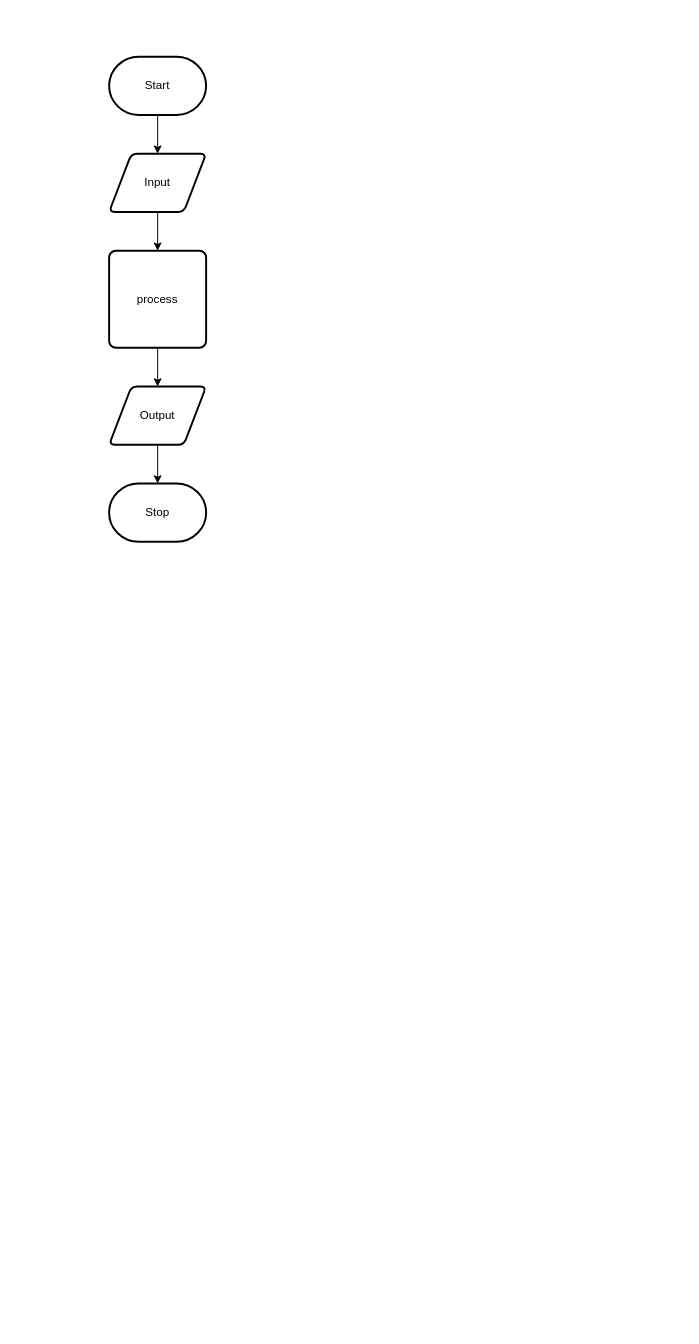
Before: design/flow-chart.drawio in Kenny-Le-281/ICS2O-Assignment-06-JS, a draw.io diagram. Source tidied: cells renumbered, new cells numbered last; positions are measured from the earlier drawing's top-left corner, leaving out a move shared by most shapes. Both pictures are drawn from the tidied source at 97%, with x=0, y=0 at pixel (109, 56).
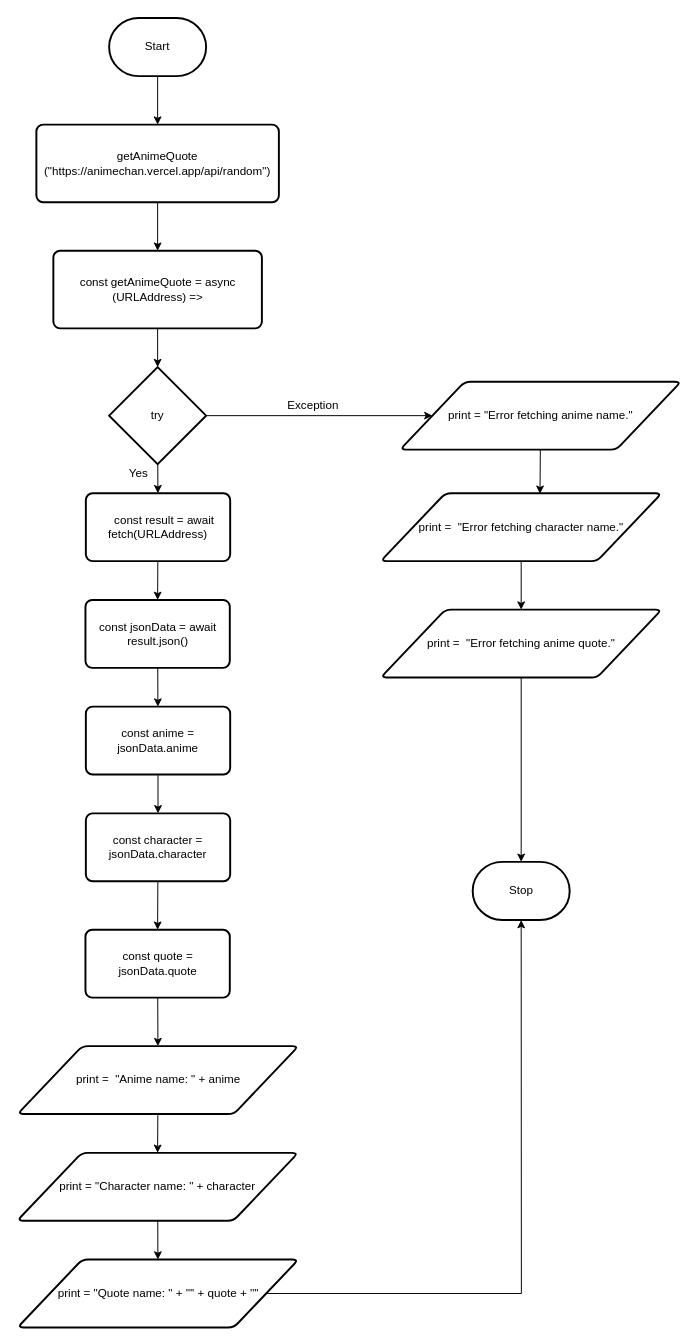
The same page after the edit.

Diff of the diagram source:
```diff
@@
-    <mxCell id="2" style="edgeStyle=none;html=1;" parent="1" edge="1" source="3" target="5">
-      <mxGeometry relative="1" as="geometry" />
-    </mxCell>
+    <mxCell id="8" style="edgeStyle=none;html=1;entryX=0.5;entryY=0;entryDx=0;entryDy=0;" parent="1" edge="1" source="3" target="7">
+      <mxGeometry relative="1" as="geometry" />
+    </mxCell>
     <mxCell id="3" value="Start" style="strokeWidth=2;html=1;shape=mxgraph.flowchart.terminator;whiteSpace=wrap;" parent="1" vertex="1">
-      <mxGeometry width="100" height="60" as="geometry" />
+      <mxGeometry y="-40" width="100" height="60" as="geometry" />
     </mxCell>
-    <mxCell id="4" style="edgeStyle=none;html=1;" parent="1" edge="1" source="5" target="7">
-      <mxGeometry relative="1" as="geometry" />
-    </mxCell>
-    <mxCell id="5" value="Input" style="shape=parallelogram;html=1;strokeWidth=2;perimeter=parallelogramPerimeter;whiteSpace=wrap;rounded=1;arcSize=12;size=0.23;" parent="1" vertex="1">
-      <mxGeometry y="100" width="100" height="60" as="geometry" />
-    </mxCell>
-    <mxCell id="6" style="edgeStyle=none;html=1;" parent="1" edge="1" source="7" target="9">
-      <mxGeometry relative="1" as="geometry" />
-    </mxCell>
+    <mxCell id="11" style="edgeStyle=none;html=1;entryX=0.5;entryY=0;entryDx=0;entryDy=0;" parent="1" edge="1" source="7" target="13">
+      <mxGeometry relative="1" as="geometry" />
+    </mxCell>
-    <mxCell id="7" value="process" style="rounded=1;whiteSpace=wrap;html=1;absoluteArcSize=1;arcSize=14;strokeWidth=2;" parent="1" vertex="1">
-      <mxGeometry y="200" width="100" height="100" as="geometry" />
+    <mxCell id="7" value="getAnimeQuote&lt;br&gt;(&quot;https://animechan.vercel.app/api/random&quot;)" style="rounded=1;whiteSpace=wrap;html=1;absoluteArcSize=1;arcSize=14;strokeWidth=2;" parent="1" vertex="1">
+      <mxGeometry x="-75" y="70" width="250" height="80" as="geometry" />
     </mxCell>
-    <mxCell id="8" style="edgeStyle=none;html=1;" parent="1" edge="1" source="9" target="10">
-      <mxGeometry relative="1" as="geometry" />
-    </mxCell>
-    <mxCell id="9" value="Output" style="shape=parallelogram;html=1;strokeWidth=2;perimeter=parallelogramPerimeter;whiteSpace=wrap;rounded=1;arcSize=12;size=0.23;" parent="1" vertex="1">
-      <mxGeometry y="340" width="100" height="60" as="geometry" />
-    </mxCell>
+    <mxCell id="12" style="edgeStyle=none;html=1;" parent="1" edge="1" source="13" target="16">
+      <mxGeometry relative="1" as="geometry" />
+    </mxCell>
+    <mxCell id="13" value="const getAnimeQuote = async (URLAddress) =&amp;gt;" style="rounded=1;whiteSpace=wrap;html=1;absoluteArcSize=1;arcSize=14;strokeWidth=2;" parent="1" vertex="1">
+      <mxGeometry x="-57.5" y="200" width="215" height="80" as="geometry" />
+    </mxCell>
+    <mxCell id="14" style="edgeStyle=none;html=1;" parent="1" edge="1" source="16" target="18">
+      <mxGeometry relative="1" as="geometry" />
+    </mxCell>
+    <mxCell id="15" style="edgeStyle=none;html=1;" parent="1" edge="1" source="16" target="35">
+      <mxGeometry relative="1" as="geometry" />
+    </mxCell>
+    <mxCell id="16" value="try" style="strokeWidth=2;html=1;shape=mxgraph.flowchart.decision;whiteSpace=wrap;" parent="1" vertex="1">
+      <mxGeometry y="320" width="100" height="100" as="geometry" />
+    </mxCell>
+    <mxCell id="17" style="edgeStyle=none;html=1;entryX=0.5;entryY=0;entryDx=0;entryDy=0;" parent="1" edge="1" source="18" target="20">
+      <mxGeometry relative="1" as="geometry" />
+    </mxCell>
+    <mxCell id="18" value="&lt;div&gt;&amp;nbsp; &amp;nbsp; const result = await fetch(URLAddress)&lt;/div&gt;" style="rounded=1;whiteSpace=wrap;html=1;absoluteArcSize=1;arcSize=14;strokeWidth=2;" parent="1" vertex="1">
+      <mxGeometry x="-24" y="450" width="148.8" height="70" as="geometry" />
+    </mxCell>
+    <mxCell id="19" style="edgeStyle=none;html=1;" parent="1" edge="1" source="20" target="22">
+      <mxGeometry relative="1" as="geometry" />
+    </mxCell>
+    <mxCell id="20" value="&lt;div&gt;const jsonData = await result.json()&lt;/div&gt;" style="rounded=1;whiteSpace=wrap;html=1;absoluteArcSize=1;arcSize=14;strokeWidth=2;" parent="1" vertex="1">
+      <mxGeometry x="-24.4" y="560" width="148.8" height="70" as="geometry" />
+    </mxCell>
+    <mxCell id="21" style="edgeStyle=none;html=1;entryX=0.5;entryY=0;entryDx=0;entryDy=0;" parent="1" edge="1" source="22" target="24">
+      <mxGeometry relative="1" as="geometry" />
+    </mxCell>
+    <mxCell id="22" value="&lt;div&gt;const anime = jsonData.anime&lt;/div&gt;" style="rounded=1;whiteSpace=wrap;html=1;absoluteArcSize=1;arcSize=14;strokeWidth=2;" parent="1" vertex="1">
+      <mxGeometry x="-24" y="670" width="148.8" height="70" as="geometry" />
+    </mxCell>
+    <mxCell id="23" style="edgeStyle=none;html=1;entryX=0.5;entryY=0;entryDx=0;entryDy=0;" parent="1" edge="1" source="24" target="26">
+      <mxGeometry relative="1" as="geometry" />
+    </mxCell>
+    <mxCell id="24" value="&lt;div&gt;const character = jsonData.character&lt;/div&gt;" style="rounded=1;whiteSpace=wrap;html=1;absoluteArcSize=1;arcSize=14;strokeWidth=2;" parent="1" vertex="1">
+      <mxGeometry x="-24" y="780" width="148.8" height="70" as="geometry" />
+    </mxCell>
+    <mxCell id="25" style="edgeStyle=none;html=1;" parent="1" edge="1" source="26" target="28">
+      <mxGeometry relative="1" as="geometry" />
+    </mxCell>
+    <mxCell id="26" value="&lt;div&gt;const quote = jsonData.quote&lt;/div&gt;" style="rounded=1;whiteSpace=wrap;html=1;absoluteArcSize=1;arcSize=14;strokeWidth=2;" parent="1" vertex="1">
+      <mxGeometry x="-24.4" y="900" width="148.8" height="70" as="geometry" />
+    </mxCell>
+    <mxCell id="27" style="edgeStyle=none;html=1;entryX=0.5;entryY=0;entryDx=0;entryDy=0;" parent="1" edge="1" source="28" target="30">
+      <mxGeometry relative="1" as="geometry" />
+    </mxCell>
+    <mxCell id="28" value="print =&amp;nbsp;&amp;nbsp;&quot;Anime name: &quot; + anime" style="shape=parallelogram;html=1;strokeWidth=2;perimeter=parallelogramPerimeter;whiteSpace=wrap;rounded=1;arcSize=12;size=0.23;" parent="1" vertex="1">
+      <mxGeometry x="-94.4" y="1020" width="289.6" height="70" as="geometry" />
+    </mxCell>
+    <mxCell id="29" style="edgeStyle=none;html=1;" parent="1" edge="1" source="30" target="32">
+      <mxGeometry relative="1" as="geometry" />
+    </mxCell>
+    <mxCell id="30" value="print = &quot;Character name: &quot; + character" style="shape=parallelogram;html=1;strokeWidth=2;perimeter=parallelogramPerimeter;whiteSpace=wrap;rounded=1;arcSize=12;size=0.23;" parent="1" vertex="1">
+      <mxGeometry x="-94.8" y="1130" width="289.6" height="70" as="geometry" />
+    </mxCell>
+    <mxCell id="31" style="edgeStyle=none;html=1;entryX=0.5;entryY=1;entryDx=0;entryDy=0;entryPerimeter=0;rounded=0;" parent="1" edge="1" source="32" target="10">
+      <mxGeometry relative="1" as="geometry">
+        <Array as="points">
+          <mxPoint x="425" y="1275" />
+        </Array>
+      </mxGeometry>
+    </mxCell>
+    <mxCell id="32" value="print =&amp;nbsp;&quot;Quote name: &quot; + '&quot;' + quote + '&quot;'" style="shape=parallelogram;html=1;strokeWidth=2;perimeter=parallelogramPerimeter;whiteSpace=wrap;rounded=1;arcSize=12;size=0.23;" parent="1" vertex="1">
+      <mxGeometry x="-94.4" y="1240" width="289.6" height="70" as="geometry" />
+    </mxCell>
+    <mxCell id="33" value="Yes" style="text;html=1;align=center;verticalAlign=middle;fillColor=none;strokeColor=none;rounded=0;" parent="1" vertex="1">
+      <mxGeometry x="10" y="420" width="40" height="20" as="geometry" />
+    </mxCell>
+    <mxCell id="34" style="edgeStyle=none;html=1;entryX=0.567;entryY=0.008;entryDx=0;entryDy=0;entryPerimeter=0;" parent="1" edge="1" source="35" target="37">
+      <mxGeometry relative="1" as="geometry" />
+    </mxCell>
+    <mxCell id="35" value="print = &quot;Error fetching anime name.&quot;" style="shape=parallelogram;html=1;strokeWidth=2;perimeter=parallelogramPerimeter;whiteSpace=wrap;rounded=1;arcSize=12;size=0.23;" parent="1" vertex="1">
+      <mxGeometry x="300" y="335" width="289.6" height="70" as="geometry" />
+    </mxCell>
+    <mxCell id="36" style="edgeStyle=none;html=1;" parent="1" edge="1" source="37" target="39">
+      <mxGeometry relative="1" as="geometry" />
+    </mxCell>
+    <mxCell id="37" value="print =&amp;nbsp;&amp;nbsp;&quot;Error fetching character name.&quot;" style="shape=parallelogram;html=1;strokeWidth=2;perimeter=parallelogramPerimeter;whiteSpace=wrap;rounded=1;arcSize=12;size=0.23;" parent="1" vertex="1">
+      <mxGeometry x="280" y="450" width="289.6" height="70" as="geometry" />
+    </mxCell>
+    <mxCell id="38" style="edgeStyle=none;html=1;entryX=0.5;entryY=0;entryDx=0;entryDy=0;entryPerimeter=0;" parent="1" edge="1" source="39" target="10">
+      <mxGeometry relative="1" as="geometry" />
+    </mxCell>
+    <mxCell id="39" value="print =&amp;nbsp;&amp;nbsp;&quot;Error fetching anime quote.&quot;" style="shape=parallelogram;html=1;strokeWidth=2;perimeter=parallelogramPerimeter;whiteSpace=wrap;rounded=1;arcSize=12;size=0.23;" parent="1" vertex="1">
+      <mxGeometry x="280" y="570" width="289.6" height="70" as="geometry" />
+    </mxCell>
+    <mxCell id="40" value="Exception" style="text;html=1;align=center;verticalAlign=middle;fillColor=none;strokeColor=none;rounded=0;" parent="1" vertex="1">
+      <mxGeometry x="175" y="350" width="70" height="20" as="geometry" />
+    </mxCell>
     <mxCell id="10" value="Stop" style="strokeWidth=2;html=1;shape=mxgraph.flowchart.terminator;whiteSpace=wrap;" parent="1" vertex="1">
-      <mxGeometry y="440" width="100" height="60" as="geometry" />
+      <mxGeometry x="374.8" y="830" width="100" height="60" as="geometry" />
     </mxCell>
```
